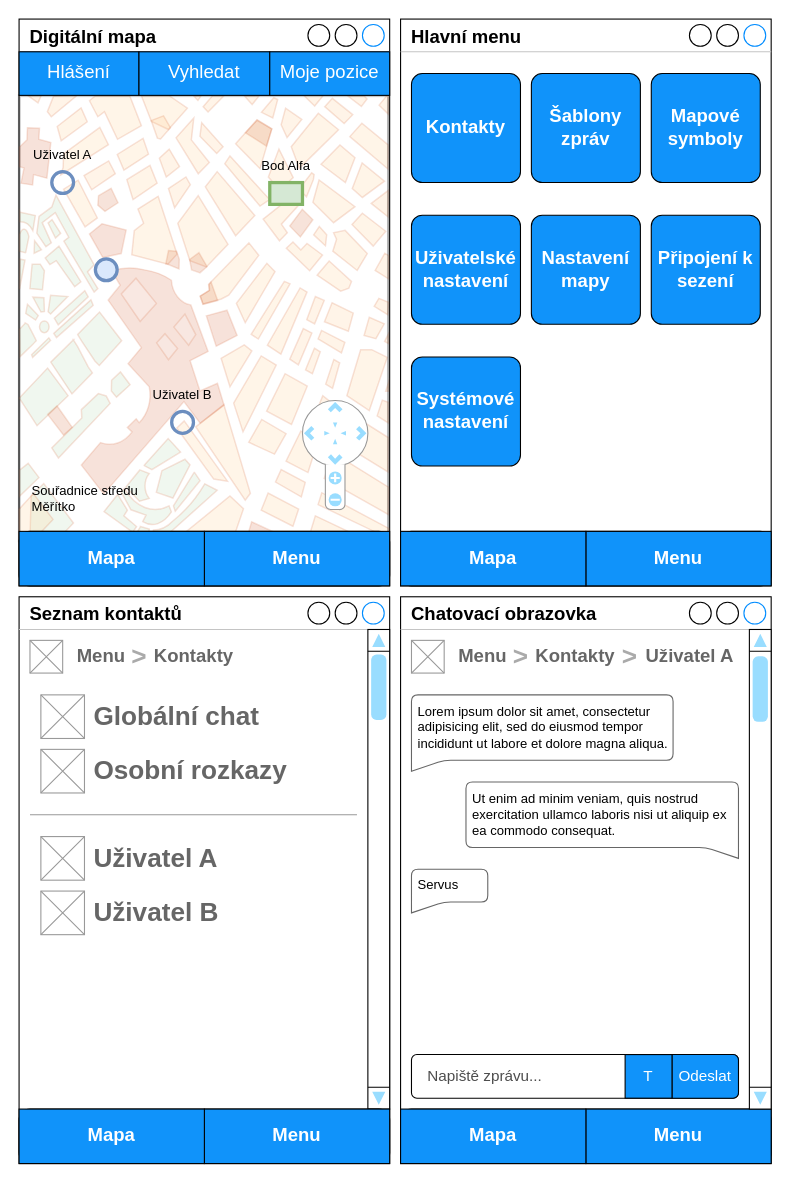
The draw.io diagram page "Stránka-1" (1 of 2) of doc/design/wireframes.drawio in Revarin/dp24-milapp-perina, before the edit. Source tidied: cells renumbered, new cells numbered last; positions are measured from the earlier drawing's top-left corner, leaving out a move shared by most shapes. Both pictures are drawn from the tidied source at 109%, with x=0, y=0 at pixel (19, 19).
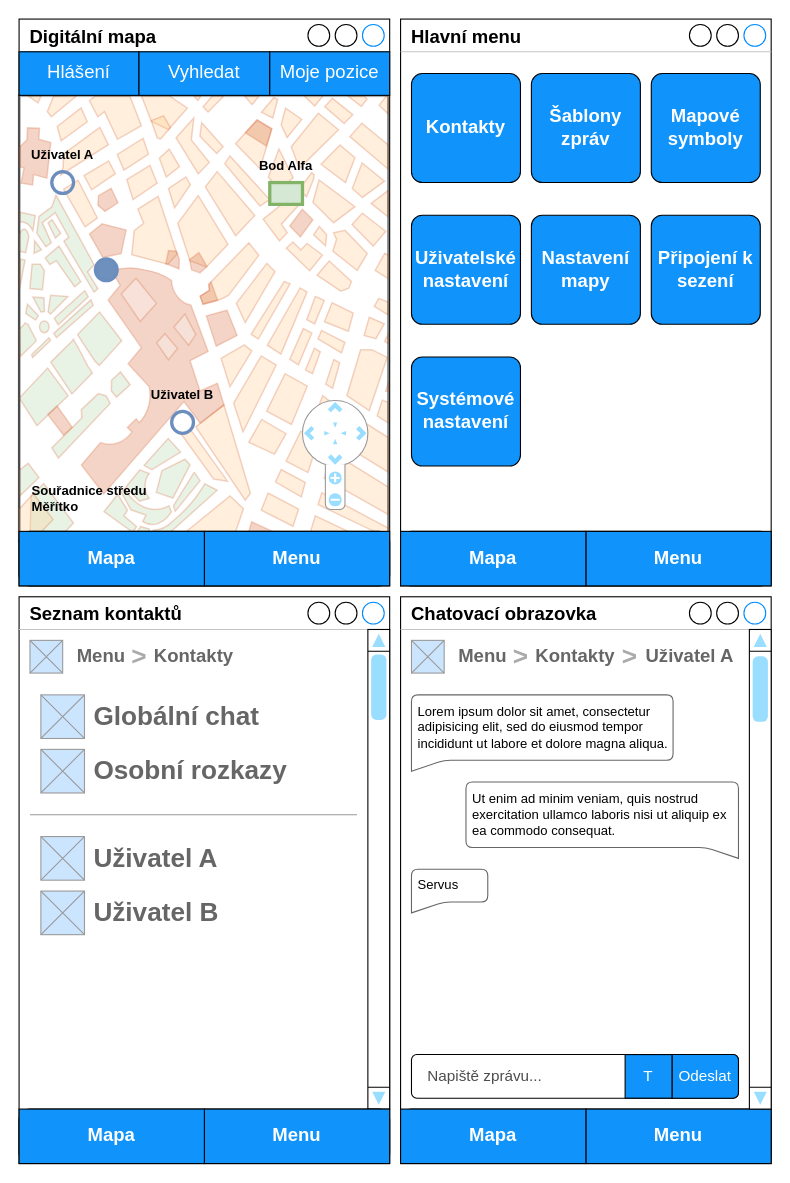
Above is the later version.

Diff of the diagram source:
```diff
@@
-    <mxCell id="3" style="verticalLabelPosition=bottom;shadow=0;dashed=0;align=center;html=1;verticalAlign=top;strokeWidth=1;shape=mxgraph.mockup.misc.map;fontColor=default;opacity=20;" parent="1" vertex="1">
+    <mxCell id="3" style="verticalLabelPosition=bottom;shadow=0;dashed=0;align=center;html=1;verticalAlign=top;strokeWidth=1;shape=mxgraph.mockup.misc.map;fontColor=default;opacity=30;" parent="1" vertex="1">
       <mxGeometry y="70" width="340" height="410" as="geometry" />
     </mxCell>
@@
-    <mxCell id="8" value="Souřadnice středu&lt;br&gt;Měřítko" style="text;html=1;strokeColor=none;fillColor=none;align=left;verticalAlign=middle;whiteSpace=wrap;rounded=0;" parent="1" vertex="1">
-      <mxGeometry x="10" y="420" width="100" height="40" as="geometry" />
+    <mxCell id="8" value="Souřadnice středu&lt;br&gt;Měřítko" style="text;html=1;strokeColor=none;fillColor=none;align=left;verticalAlign=middle;whiteSpace=wrap;rounded=0;fontStyle=1;" parent="1" vertex="1">
+      <mxGeometry x="10" y="420" width="110" height="40" as="geometry" />
     </mxCell>
@@
-    <mxCell id="13" style="ellipse;whiteSpace=wrap;html=1;fillColor=#dae8fc;strokeColor=#6c8ebf;strokeWidth=3;" parent="1" vertex="1">
+    <mxCell id="13" style="ellipse;whiteSpace=wrap;html=1;fillColor=#6d90bc;strokeColor=#6c8ebf;strokeWidth=3;" parent="1" vertex="1">
       <mxGeometry x="70" y="220" width="20" height="20" as="geometry" />
     </mxCell>
-    <mxCell id="14" style="ellipse;whiteSpace=wrap;html=1;fillColor=none;strokeColor=#6c8ebf;strokeWidth=3;" parent="1" vertex="1">
+    <mxCell id="14" style="ellipse;whiteSpace=wrap;html=1;fillColor=default;strokeColor=#6c8ebf;strokeWidth=3;" parent="1" vertex="1">
       <mxGeometry x="140" y="360" width="20" height="20" as="geometry" />
     </mxCell>
@@
-    <mxCell id="17" value="Uživatel A" style="text;html=1;strokeColor=none;fillColor=none;align=center;verticalAlign=middle;whiteSpace=wrap;rounded=0;" parent="1" vertex="1">
+    <mxCell id="17" value="Uživatel A" style="text;html=1;strokeColor=none;fillColor=none;align=center;verticalAlign=middle;whiteSpace=wrap;rounded=0;fontStyle=1;" parent="1" vertex="1">
       <mxGeometry x="10" y="110" width="60" height="30" as="geometry" />
     </mxCell>
-    <mxCell id="18" value="Uživatel B" style="text;html=1;strokeColor=none;fillColor=none;align=center;verticalAlign=middle;whiteSpace=wrap;rounded=0;" parent="1" vertex="1">
+    <mxCell id="18" value="Uživatel B" style="text;html=1;strokeColor=none;fillColor=none;align=center;verticalAlign=middle;whiteSpace=wrap;rounded=0;fontStyle=1;" parent="1" vertex="1">
       <mxGeometry x="120" y="330" width="60" height="30" as="geometry" />
     </mxCell>
-    <mxCell id="19" value="Bod Alfa" style="text;html=1;strokeColor=none;fillColor=none;align=center;verticalAlign=middle;whiteSpace=wrap;rounded=0;" parent="1" vertex="1">
+    <mxCell id="19" value="Bod Alfa" style="text;html=1;strokeColor=none;fillColor=none;align=center;verticalAlign=middle;whiteSpace=wrap;rounded=0;fontStyle=1;" parent="1" vertex="1">
       <mxGeometry x="215" y="120" width="60" height="30" as="geometry" />
     </mxCell>
@@
-    <mxCell id="39" style="verticalLabelPosition=bottom;shadow=0;dashed=0;align=center;html=1;verticalAlign=top;strokeWidth=1;shape=mxgraph.mockup.graphics.simpleIcon;strokeColor=#999999;" parent="1" vertex="1">
+    <mxCell id="39" style="verticalLabelPosition=bottom;shadow=0;dashed=0;align=center;html=1;verticalAlign=top;strokeWidth=1;shape=mxgraph.mockup.graphics.simpleIcon;strokeColor=#999999;fillColor=#CCE5FF;" parent="1" vertex="1">
       <mxGeometry x="10" y="570" width="30" height="30" as="geometry" />
     </mxCell>
-    <mxCell id="40" style="verticalLabelPosition=bottom;shadow=0;dashed=0;align=center;html=1;verticalAlign=top;strokeWidth=1;shape=mxgraph.mockup.graphics.simpleIcon;strokeColor=#999999;" parent="1" vertex="1">
+    <mxCell id="40" style="verticalLabelPosition=bottom;shadow=0;dashed=0;align=center;html=1;verticalAlign=top;strokeWidth=1;shape=mxgraph.mockup.graphics.simpleIcon;strokeColor=#999999;fillColor=#CCE5FF;" parent="1" vertex="1">
       <mxGeometry x="20" y="620" width="40" height="40" as="geometry" />
     </mxCell>
@@
-    <mxCell id="42" style="verticalLabelPosition=bottom;shadow=0;dashed=0;align=center;html=1;verticalAlign=top;strokeWidth=1;shape=mxgraph.mockup.graphics.simpleIcon;strokeColor=#999999;" parent="1" vertex="1">
+    <mxCell id="42" style="verticalLabelPosition=bottom;shadow=0;dashed=0;align=center;html=1;verticalAlign=top;strokeWidth=1;shape=mxgraph.mockup.graphics.simpleIcon;strokeColor=#999999;fillColor=#CCE5FF;" parent="1" vertex="1">
       <mxGeometry x="20" y="670" width="40" height="40" as="geometry" />
     </mxCell>
@@
-    <mxCell id="45" style="verticalLabelPosition=bottom;shadow=0;dashed=0;align=center;html=1;verticalAlign=top;strokeWidth=1;shape=mxgraph.mockup.graphics.simpleIcon;strokeColor=#999999;" parent="1" vertex="1">
+    <mxCell id="45" style="verticalLabelPosition=bottom;shadow=0;dashed=0;align=center;html=1;verticalAlign=top;strokeWidth=1;shape=mxgraph.mockup.graphics.simpleIcon;strokeColor=#999999;fillColor=#CCE5FF;" parent="1" vertex="1">
       <mxGeometry x="20" y="750" width="40" height="40" as="geometry" />
     </mxCell>
@@
-    <mxCell id="47" style="verticalLabelPosition=bottom;shadow=0;dashed=0;align=center;html=1;verticalAlign=top;strokeWidth=1;shape=mxgraph.mockup.graphics.simpleIcon;strokeColor=#999999;" parent="1" vertex="1">
+    <mxCell id="47" style="verticalLabelPosition=bottom;shadow=0;dashed=0;align=center;html=1;verticalAlign=top;strokeWidth=1;shape=mxgraph.mockup.graphics.simpleIcon;strokeColor=#999999;fillColor=#CCE5FF;" parent="1" vertex="1">
       <mxGeometry x="20" y="800" width="40" height="40" as="geometry" />
     </mxCell>
@@
-    <mxCell id="58" style="verticalLabelPosition=bottom;shadow=0;dashed=0;align=center;html=1;verticalAlign=top;strokeWidth=1;shape=mxgraph.mockup.graphics.simpleIcon;strokeColor=#999999;" parent="1" vertex="1">
+    <mxCell id="58" style="verticalLabelPosition=bottom;shadow=0;dashed=0;align=center;html=1;verticalAlign=top;strokeWidth=1;shape=mxgraph.mockup.graphics.simpleIcon;strokeColor=#999999;fillColor=#CCE5FF;" parent="1" vertex="1">
       <mxGeometry x="360" y="570" width="30" height="30" as="geometry" />
     </mxCell>
```
